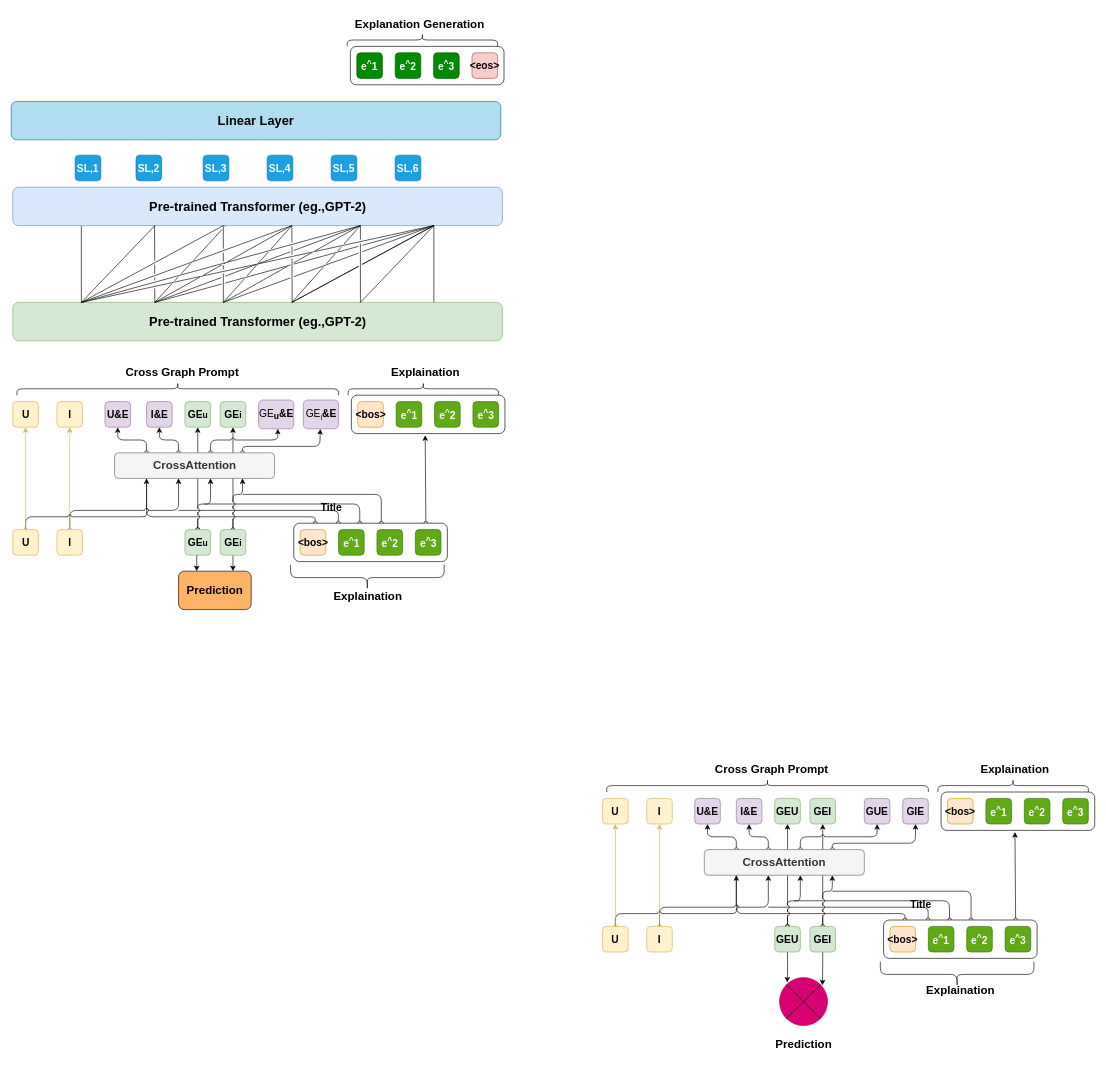
Earlier version of the draw.io diagram page "第 7 页" (7 of 7) of PEPpic.drawio (kkkparty/drawio). Source tidied: cells renumbered, new cells numbered last; positions are measured from the earlier drawing's top-left corner, leaving out a move shared by most shapes. Both pictures are drawn from the tidied source at 64%, with x=0, y=0 at pixel (11, 11).
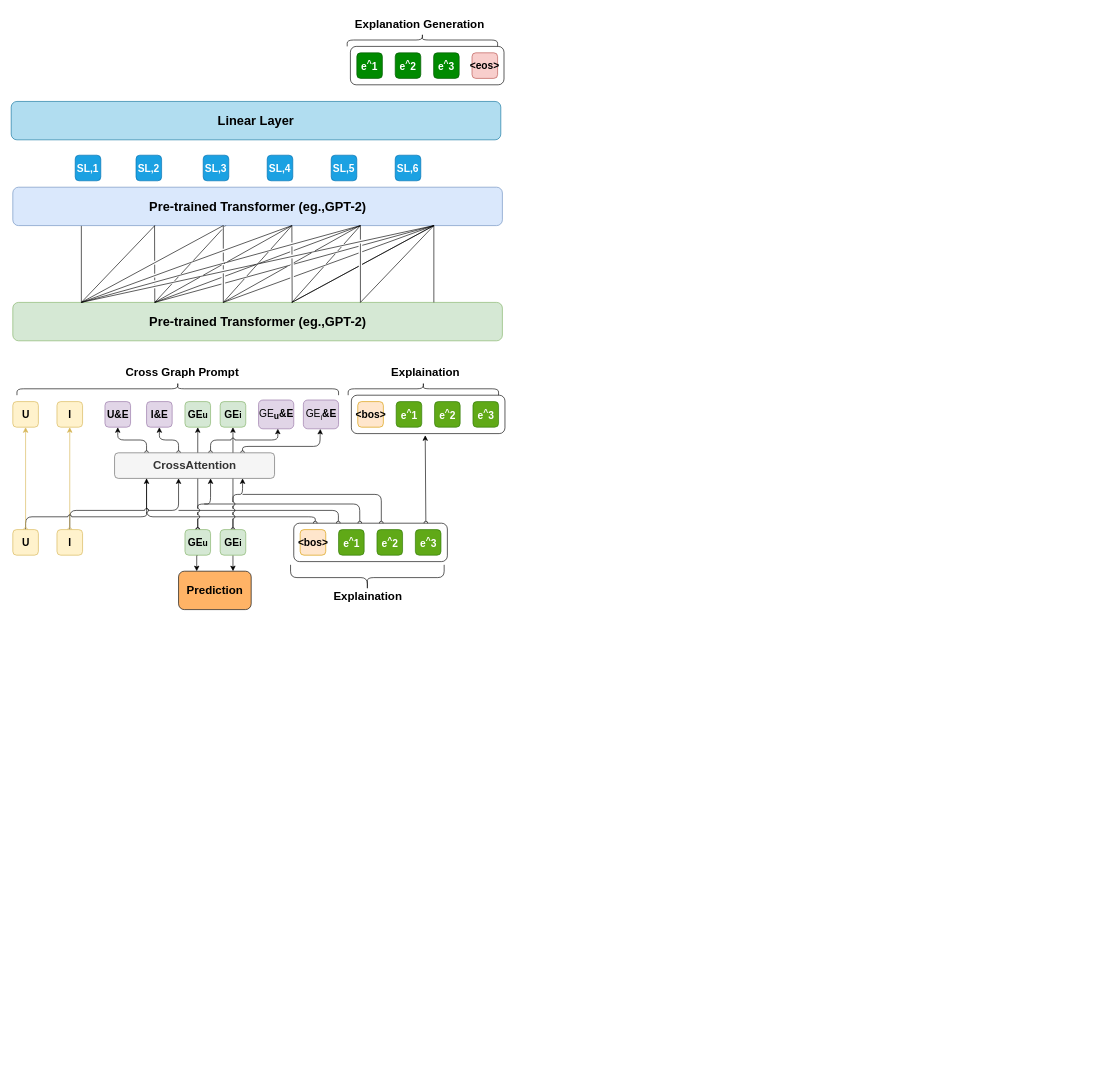
The same diagram, later.

Diff of the diagram source:
```diff
@@
-    <mxCell id="2" style="edgeStyle=elbowEdgeStyle;rounded=1;jettySize=auto;elbow=vertical;html=1;exitX=0.14;exitY=0;exitDx=0;exitDy=0;exitPerimeter=0;fontSize=12;fontColor=#000000;startArrow=oval;startFill=0;endArrow=none;endFill=0;entryX=0.2;entryY=1;entryDx=0;entryDy=0;entryPerimeter=0;fontStyle=1;" parent="1" edge="1" source="7" target="32">
-      <mxGeometry relative="1" as="geometry">
-        <Array as="points">
-          <mxPoint x="1193" y="1410" />
-          <mxPoint x="993" y="1400" />
-          <mxPoint x="1093" y="1400" />
-        </Array>
-      </mxGeometry>
-    </mxCell>
-    <mxCell id="3" style="edgeStyle=elbowEdgeStyle;rounded=1;jettySize=auto;html=1;exitX=0.29;exitY=0;exitDx=0;exitDy=0;exitPerimeter=0;fontSize=12;fontColor=#000000;startArrow=oval;startFill=0;endArrow=none;endFill=0;jumpStyle=none;fontStyle=1;" parent="1" edge="1" source="7">
-      <mxGeometry relative="1" as="geometry">
-        <mxPoint x="1183" y="1400" as="targetPoint" />
-        <Array as="points">
-          <mxPoint x="1433" y="1400" />
-        </Array>
-      </mxGeometry>
-    </mxCell>
-    <mxCell id="4" style="edgeStyle=elbowEdgeStyle;rounded=1;jumpStyle=arc;jettySize=auto;html=1;exitX=0.43;exitY=0;exitDx=0;exitDy=0;exitPerimeter=0;fontSize=12;fontColor=#000000;startArrow=oval;startFill=0;endArrow=none;endFill=0;fontStyle=1;" parent="1" edge="1" source="7">
-      <mxGeometry relative="1" as="geometry">
-        <mxPoint x="1223" y="1390" as="targetPoint" />
-        <Array as="points">
-          <mxPoint x="1466" y="1390" />
-          <mxPoint x="1463" y="1380" />
-        </Array>
-      </mxGeometry>
-    </mxCell>
-    <mxCell id="5" style="edgeStyle=orthogonalEdgeStyle;rounded=1;jumpStyle=arc;jettySize=auto;html=1;exitX=0.57;exitY=0;exitDx=0;exitDy=0;exitPerimeter=0;fontSize=12;fontColor=#000000;startArrow=oval;startFill=0;endArrow=none;endFill=0;fontStyle=1;" parent="1" edge="1" source="7">
-      <mxGeometry relative="1" as="geometry">
-        <mxPoint x="1283" y="1375" as="targetPoint" />
-        <Array as="points">
-          <mxPoint x="1500" y="1375" />
-        </Array>
-      </mxGeometry>
-    </mxCell>
-    <mxCell id="6" style="edgeStyle=orthogonalEdgeStyle;rounded=1;jumpStyle=arc;jettySize=auto;html=1;exitX=0.86;exitY=0;exitDx=0;exitDy=0;exitPerimeter=0;fontSize=12;fontColor=#000000;startArrow=oval;startFill=0;endArrow=classic;endFill=1;entryX=0.481;entryY=1.043;entryDx=0;entryDy=0;entryPerimeter=0;fontStyle=1;" parent="1" edge="1" source="7" target="42">
-      <mxGeometry relative="1" as="geometry" />
-    </mxCell>
-    <mxCell id="7" style="rounded=1;whiteSpace=wrap;html=1;fontSize=16;points=[[0,0,0,0,0],[0,0.25,0,0,0],[0,0.5,0,0,0],[0,0.75,0,0,0],[0,1,0,0,0],[0.14,0,0,0,0],[0.29,0,0,0,0],[0.43,0,0,0,0],[0.57,0,0,0,0],[0.71,0,0,0,0],[0.86,0,0,0,0],[1,0,0,0,0],[1,0.25,0,0,0],[1,0.5,0,0,0],[1,0.75,0,0,0],[1,1,0,0,0]];fontStyle=1;" parent="1" vertex="1">
-      <mxGeometry x="1363" y="1420" width="240" height="60" as="geometry" />
-    </mxCell>
-    <mxCell id="8" style="edgeStyle=elbowEdgeStyle;rounded=1;jettySize=auto;elbow=vertical;html=1;entryX=0.4;entryY=1;entryDx=0;entryDy=0;entryPerimeter=0;fontSize=12;fontColor=#000000;startArrow=none;startFill=0;endArrow=classic;endFill=1;jumpStyle=arc;exitX=0.5;exitY=0;exitDx=0;exitDy=0;fontStyle=1;" parent="1" edge="1" source="10" target="32">
-      <mxGeometry relative="1" as="geometry">
-        <Array as="points">
-          <mxPoint x="1133" y="1400" />
-        </Array>
-      </mxGeometry>
-    </mxCell>
-    <mxCell id="9" style="edgeStyle=orthogonalEdgeStyle;rounded=1;jumpStyle=arc;jettySize=auto;html=1;fontSize=12;fontColor=#000000;startArrow=oval;startFill=0;endArrow=classic;endFill=1;fontStyle=1;fillColor=#fff2cc;strokeColor=#d6b656;" parent="1" edge="1" source="10">
-      <mxGeometry relative="1" as="geometry">
-        <mxPoint x="1013" y="1270" as="targetPoint" />
-      </mxGeometry>
-    </mxCell>
-    <mxCell id="10" value="I" style="whiteSpace=wrap;html=1;rounded=1;fontSize=16;fontStyle=1;fillColor=#fff2cc;strokeColor=#d6b656;" parent="1" vertex="1">
-      <mxGeometry x="993" y="1430" width="40" height="40" as="geometry" />
-    </mxCell>
-    <mxCell id="11" style="edgeStyle=orthogonalEdgeStyle;rounded=1;jumpStyle=arc;jettySize=auto;html=1;entryX=0.6;entryY=1;entryDx=0;entryDy=0;entryPerimeter=0;fontSize=12;fontColor=#000000;startArrow=oval;startFill=0;endArrow=classic;endFill=1;fontStyle=1;" parent="1" edge="1" source="14" target="32">
-      <mxGeometry relative="1" as="geometry" />
-    </mxCell>
-    <mxCell id="12" style="edgeStyle=orthogonalEdgeStyle;rounded=1;jumpStyle=gap;jettySize=auto;html=1;fontSize=12;fontColor=#000000;startArrow=oval;startFill=0;endArrow=classic;endFill=1;fontStyle=1;" parent="1" edge="1" source="14">
-      <mxGeometry relative="1" as="geometry">
-        <mxPoint x="1213" y="1270" as="targetPoint" />
-      </mxGeometry>
-    </mxCell>
-    <mxCell id="13" style="edgeStyle=orthogonalEdgeStyle;rounded=0;jettySize=auto;html=1;entryX=0.159;entryY=0.103;entryDx=0;entryDy=0;entryPerimeter=0;" parent="1" edge="1" source="14" target="89">
-      <mxGeometry relative="1" as="geometry">
-        <Array as="points">
-          <mxPoint x="1213" y="1505" />
-          <mxPoint x="1212" y="1505" />
-        </Array>
-      </mxGeometry>
-    </mxCell>
-    <mxCell id="14" value="GEU" style="whiteSpace=wrap;html=1;rounded=1;fontSize=16;fontStyle=1;fillColor=#d5e8d4;strokeColor=#82b366;" parent="1" vertex="1">
-      <mxGeometry x="1193" y="1430" width="40" height="40" as="geometry" />
-    </mxCell>
-    <mxCell id="15" style="edgeStyle=elbowEdgeStyle;rounded=1;jettySize=auto;html=1;entryX=0.2;entryY=1;entryDx=0;entryDy=0;entryPerimeter=0;fontSize=12;fontColor=#000000;elbow=vertical;startArrow=none;startFill=0;endArrow=classic;endFill=1;jumpStyle=arc;fontStyle=1;" parent="1" edge="1" source="17" target="32">
-      <mxGeometry relative="1" as="geometry">
-        <Array as="points">
-          <mxPoint x="1053" y="1410" />
-          <mxPoint x="973" y="1390" />
-          <mxPoint x="953" y="1380" />
-          <mxPoint x="1003" y="1410" />
-        </Array>
-      </mxGeometry>
-    </mxCell>
-    <mxCell id="16" style="edgeStyle=orthogonalEdgeStyle;rounded=1;jumpStyle=arc;jettySize=auto;html=1;entryX=0.5;entryY=1;entryDx=0;entryDy=0;fontSize=12;fontColor=#000000;startArrow=oval;startFill=0;endArrow=classic;endFill=1;fontStyle=1;fillColor=#fff2cc;strokeColor=#d6b656;" parent="1" edge="1" source="17" target="33">
-      <mxGeometry relative="1" as="geometry" />
-    </mxCell>
-    <mxCell id="17" value="U" style="whiteSpace=wrap;html=1;rounded=1;fontSize=16;fontStyle=1;fillColor=#fff2cc;strokeColor=#d6b656;" parent="1" vertex="1">
-      <mxGeometry x="924" y="1430" width="40" height="40" as="geometry" />
-    </mxCell>
-    <mxCell id="18" style="edgeStyle=orthogonalEdgeStyle;rounded=1;jumpStyle=arc;jettySize=auto;html=1;fontSize=12;fontColor=#000000;startArrow=oval;startFill=0;endArrow=classic;endFill=1;entryX=0.5;entryY=1;entryDx=0;entryDy=0;fontStyle=1;" parent="1" edge="1" source="21" target="41">
-      <mxGeometry relative="1" as="geometry">
-        <Array as="points">
-          <mxPoint x="1268" y="1285" />
-          <mxPoint x="1268" y="1285" />
-        </Array>
-      </mxGeometry>
-    </mxCell>
-    <mxCell id="19" style="edgeStyle=orthogonalEdgeStyle;rounded=1;jumpStyle=gap;jettySize=auto;html=1;entryX=0.8;entryY=1;entryDx=0;entryDy=0;entryPerimeter=0;fontSize=12;fontColor=#000000;startArrow=none;startFill=0;endArrow=classic;endFill=1;fontStyle=1;" parent="1" edge="1" source="21" target="32">
-      <mxGeometry relative="1" as="geometry">
-        <Array as="points">
-          <mxPoint x="1268" y="1375" />
-          <mxPoint x="1283" y="1375" />
-        </Array>
-      </mxGeometry>
-    </mxCell>
-    <mxCell id="20" style="edgeStyle=orthogonalEdgeStyle;rounded=0;jettySize=auto;html=1;entryX=0.895;entryY=0.161;entryDx=0;entryDy=0;entryPerimeter=0;" parent="1" edge="1" source="21" target="89">
-      <mxGeometry relative="1" as="geometry" />
-    </mxCell>
-    <mxCell id="21" value="GEI" style="whiteSpace=wrap;html=1;rounded=1;fontSize=16;fontStyle=1;fillColor=#d5e8d4;strokeColor=#82b366;" parent="1" vertex="1">
-      <mxGeometry x="1248" y="1430" width="40" height="40" as="geometry" />
-    </mxCell>
-    <mxCell id="22" value="e&lt;sup style=&quot;border-color: var(--border-color);&quot;&gt;^&lt;/sup&gt;2" style="whiteSpace=wrap;html=1;rounded=1;fontSize=16;fontStyle=1;fillColor=#60a917;fontColor=#ffffff;strokeColor=#2D7600;" parent="1" vertex="1">
-      <mxGeometry x="1493" y="1430" width="40" height="40" as="geometry" />
-    </mxCell>
-    <mxCell id="23" value="e&lt;sup style=&quot;border-color: var(--border-color);&quot;&gt;^&lt;/sup&gt;1" style="whiteSpace=wrap;html=1;rounded=1;fontSize=16;fontStyle=1;fillColor=#60a917;fontColor=#ffffff;strokeColor=#2D7600;" parent="1" vertex="1">
-      <mxGeometry x="1433" y="1430" width="40" height="40" as="geometry" />
-    </mxCell>
-    <mxCell id="24" value="&amp;lt;bos&amp;gt;" style="whiteSpace=wrap;html=1;fontSize=16;fontStyle=1;fillColor=#ffe6cc;strokeColor=#d79b00;rounded=1;" parent="1" vertex="1">
-      <mxGeometry x="1373" y="1430" width="40" height="40" as="geometry" />
-    </mxCell>
-    <mxCell id="25" value="e&lt;sup style=&quot;border-color: var(--border-color);&quot;&gt;^&lt;/sup&gt;&lt;span style=&quot;border-color: var(--border-color);&quot;&gt;3&lt;/span&gt;" style="whiteSpace=wrap;html=1;rounded=1;fontSize=16;fontStyle=1;fillColor=#60a917;fontColor=#ffffff;strokeColor=#2D7600;" parent="1" vertex="1">
-      <mxGeometry x="1553" y="1430" width="40" height="40" as="geometry" />
-    </mxCell>
-    <mxCell id="26" style="shape=curlyBracket;whiteSpace=wrap;html=1;rounded=1;labelPosition=left;verticalLabelPosition=middle;align=right;verticalAlign=middle;fontSize=16;direction=north;fontStyle=1;" parent="1" vertex="1">
-      <mxGeometry x="1358" y="1485" width="240" height="40" as="geometry" />
-    </mxCell>
-    <mxCell id="27" value="&lt;font color=&quot;#000000&quot; style=&quot;font-size: 18px;&quot;&gt;Explaination&lt;/font&gt;" style="text;html=1;align=center;verticalAlign=middle;fontSize=18;strokeColor=none;fontColor=#FF0000;rounded=1;fontStyle=1;" parent="1" vertex="1">
-      <mxGeometry x="1418" y="1510" width="130" height="40" as="geometry" />
-    </mxCell>
-    <mxCell id="28" style="edgeStyle=orthogonalEdgeStyle;rounded=1;jumpStyle=arc;jettySize=auto;html=1;exitX=0.6;exitY=0;exitDx=0;exitDy=0;exitPerimeter=0;fontSize=12;fontColor=#000000;startArrow=oval;startFill=0;endArrow=classic;endFill=1;entryX=0.5;entryY=1;entryDx=0;entryDy=0;fontStyle=1;" parent="1" edge="1" source="32" target="38">
-      <mxGeometry relative="1" as="geometry" />
-    </mxCell>
-    <mxCell id="29" style="edgeStyle=orthogonalEdgeStyle;rounded=1;jumpStyle=arc;jettySize=auto;html=1;exitX=0.8;exitY=0;exitDx=0;exitDy=0;exitPerimeter=0;fontSize=12;fontColor=#000000;startArrow=oval;startFill=0;endArrow=classic;endFill=1;entryX=0.5;entryY=1;entryDx=0;entryDy=0;fontStyle=1;" parent="1" edge="1" source="32" target="39">
-      <mxGeometry relative="1" as="geometry">
-        <Array as="points">
-          <mxPoint x="1283" y="1300" />
-          <mxPoint x="1413" y="1300" />
-        </Array>
-      </mxGeometry>
-    </mxCell>
-    <mxCell id="30" style="edgeStyle=orthogonalEdgeStyle;rounded=1;jumpStyle=arc;jettySize=auto;html=1;exitX=0.4;exitY=0;exitDx=0;exitDy=0;exitPerimeter=0;entryX=0.5;entryY=1;entryDx=0;entryDy=0;fontSize=12;fontColor=#000000;startArrow=oval;startFill=0;endArrow=classic;endFill=1;fontStyle=1;" parent="1" edge="1" source="32" target="37">
-      <mxGeometry relative="1" as="geometry" />
-    </mxCell>
-    <mxCell id="31" style="edgeStyle=orthogonalEdgeStyle;rounded=1;jumpStyle=arc;jettySize=auto;html=1;exitX=0.2;exitY=0;exitDx=0;exitDy=0;exitPerimeter=0;entryX=0.5;entryY=1;entryDx=0;entryDy=0;fontSize=12;fontColor=#000000;startArrow=oval;startFill=0;endArrow=classic;endFill=1;fontStyle=1;" parent="1" edge="1" source="32" target="36">
-      <mxGeometry relative="1" as="geometry" />
-    </mxCell>
-    <mxCell id="32" value="&lt;font style=&quot;font-size: 18px;&quot;&gt;CrossAttention&lt;/font&gt;" style="rounded=1;whiteSpace=wrap;html=1;fontSize=16;points=[[0.2,0,0,0,0],[0.2,1,0,0,0],[0.4,0,0,0,0],[0.4,1,0,0,0],[0.6,0,0,0,0],[0.6,1,0,0,0],[0.8,0,0,0,0],[0.8,1,0,0,0]];fontStyle=1;fillColor=#f5f5f5;strokeColor=#666666;fontColor=#333333;" parent="1" vertex="1">
-      <mxGeometry x="1083" y="1310" width="250" height="40" as="geometry" />
-    </mxCell>
-    <mxCell id="33" value="U" style="whiteSpace=wrap;html=1;rounded=1;fontSize=16;fontStyle=1;fillColor=#fff2cc;strokeColor=#d6b656;" parent="1" vertex="1">
-      <mxGeometry x="924" y="1230" width="40" height="40" as="geometry" />
-    </mxCell>
-    <mxCell id="34" value="I" style="whiteSpace=wrap;html=1;rounded=1;fontSize=16;fontStyle=1;fillColor=#fff2cc;strokeColor=#d6b656;" parent="1" vertex="1">
-      <mxGeometry x="993" y="1230" width="40" height="40" as="geometry" />
-    </mxCell>
-    <mxCell id="35" value="&lt;font style=&quot;font-size: 18px;&quot; color=&quot;#000000&quot;&gt;Explaination&lt;/font&gt;" style="text;html=1;align=center;verticalAlign=middle;fontSize=14;strokeColor=none;fontColor=#FF0000;rounded=1;fontStyle=1;" parent="1" vertex="1">
-      <mxGeometry x="1503" y="1165" width="130" height="40" as="geometry" />
-    </mxCell>
-    <mxCell id="36" value="U&amp;amp;E" style="whiteSpace=wrap;html=1;rounded=1;fontSize=16;fontStyle=1;fillColor=#e1d5e7;strokeColor=#9673a6;" parent="1" vertex="1">
-      <mxGeometry x="1068" y="1230" width="40" height="40" as="geometry" />
-    </mxCell>
-    <mxCell id="37" value="I&amp;amp;E" style="whiteSpace=wrap;html=1;rounded=1;fontSize=16;fontStyle=1;fillColor=#e1d5e7;strokeColor=#9673a6;" parent="1" vertex="1">
-      <mxGeometry x="1133" y="1230" width="40" height="40" as="geometry" />
-    </mxCell>
-    <mxCell id="38" value="GUE" style="whiteSpace=wrap;html=1;rounded=1;fontSize=16;fontStyle=1;fillColor=#e1d5e7;strokeColor=#9673a6;" parent="1" vertex="1">
-      <mxGeometry x="1333" y="1230" width="40" height="40" as="geometry" />
-    </mxCell>
-    <mxCell id="39" value="GIE" style="whiteSpace=wrap;html=1;rounded=1;fontSize=16;fontStyle=1;fillColor=#e1d5e7;strokeColor=#9673a6;" parent="1" vertex="1">
-      <mxGeometry x="1393" y="1230" width="40" height="40" as="geometry" />
-    </mxCell>
-    <mxCell id="40" value="GEU" style="whiteSpace=wrap;html=1;rounded=1;fontSize=16;fontStyle=1;fillColor=#d5e8d4;strokeColor=#82b366;" parent="1" vertex="1">
-      <mxGeometry x="1193" y="1230" width="40" height="40" as="geometry" />
-    </mxCell>
-    <mxCell id="41" value="GEI" style="whiteSpace=wrap;html=1;rounded=1;fontSize=16;fontStyle=1;fillColor=#d5e8d4;strokeColor=#82b366;" parent="1" vertex="1">
-      <mxGeometry x="1248" y="1230" width="40" height="40" as="geometry" />
-    </mxCell>
-    <mxCell id="42" style="rounded=1;whiteSpace=wrap;html=1;fontSize=16;points=[[0,0,0,0,0],[0,0.25,0,0,0],[0,0.5,0,0,0],[0,0.75,0,0,0],[0,1,0,0,0],[0.14,0,0,0,0],[0.14,1,0,0,0],[0.29,0,0,0,0],[0.29,1,0,0,0],[0.43,0,0,0,0],[0.43,1,0,0,0],[0.57,0,0,0,0],[0.57,1,0,0,0],[0.71,0,0,0,0],[0.71,1,0,0,0],[0.86,0,0,0,0],[0.86,1,0,0,0],[1,0,0,0,0],[1,0.25,0,0,0],[1,0.5,0,0,0],[1,0.75,0,0,0],[1,1,0,0,0]];fontStyle=1;" parent="1" vertex="1">
-      <mxGeometry x="1453" y="1220" width="240" height="60" as="geometry" />
-    </mxCell>
-    <mxCell id="43" value="e&lt;sup style=&quot;border-color: var(--border-color);&quot;&gt;^&lt;/sup&gt;2" style="whiteSpace=wrap;html=1;rounded=1;fontSize=16;fontStyle=1;fillColor=#60a917;fontColor=#ffffff;strokeColor=#2D7600;" parent="1" vertex="1">
-      <mxGeometry x="1583" y="1230" width="40" height="40" as="geometry" />
-    </mxCell>
-    <mxCell id="44" value="e&lt;sup style=&quot;border-color: var(--border-color);&quot;&gt;^&lt;/sup&gt;1" style="whiteSpace=wrap;html=1;rounded=1;fontSize=16;fontStyle=1;fillColor=#60a917;fontColor=#ffffff;strokeColor=#2D7600;" parent="1" vertex="1">
-      <mxGeometry x="1523" y="1230" width="40" height="40" as="geometry" />
-    </mxCell>
-    <mxCell id="45" value="&amp;lt;bos&amp;gt;" style="whiteSpace=wrap;html=1;fontSize=16;fontStyle=1;fillColor=#ffe6cc;strokeColor=#d79b00;rounded=1;" parent="1" vertex="1">
-      <mxGeometry x="1463" y="1230" width="40" height="40" as="geometry" />
-    </mxCell>
-    <mxCell id="46" value="e&lt;sup style=&quot;border-color: var(--border-color);&quot;&gt;^&lt;/sup&gt;&lt;span style=&quot;border-color: var(--border-color);&quot;&gt;3&lt;/span&gt;" style="whiteSpace=wrap;html=1;rounded=1;fontSize=16;fontStyle=1;fillColor=#60a917;fontColor=#ffffff;strokeColor=#2D7600;" parent="1" vertex="1">
-      <mxGeometry x="1643" y="1230" width="40" height="40" as="geometry" />
-    </mxCell>
@@
-    <mxCell id="51" style="shape=curlyBracket;whiteSpace=wrap;html=1;rounded=1;flipH=1;labelPosition=right;verticalLabelPosition=middle;align=left;verticalAlign=middle;fontSize=16;fontColor=#000000;direction=south;fontStyle=1;" parent="1" vertex="1">
-      <mxGeometry x="930.5" y="1200" width="502.5" height="20" as="geometry" />
-    </mxCell>
-    <mxCell id="52" style="shape=curlyBracket;whiteSpace=wrap;html=1;rounded=1;flipH=1;labelPosition=right;verticalLabelPosition=middle;align=left;verticalAlign=middle;fontSize=16;fontColor=#000000;direction=south;fontStyle=1;" parent="1" vertex="1">
-      <mxGeometry x="1448" y="1200" width="235" height="20" as="geometry" />
-    </mxCell>
-    <mxCell id="53" value="&lt;font style=&quot;font-size: 18px;&quot; color=&quot;#000000&quot;&gt;Cross Graph Prompt&lt;/font&gt;" style="text;html=1;align=center;verticalAlign=middle;fontSize=14;strokeColor=none;fontColor=#FF0000;rounded=1;fontStyle=1;" parent="1" vertex="1">
-      <mxGeometry x="1088" y="1165" width="200" height="40" as="geometry" />
-    </mxCell>
@@
-    <mxCell id="88" value="Title" style="text;strokeColor=none;fillColor=none;html=1;fontSize=16;fontStyle=1;verticalAlign=middle;align=center;fontColor=#000000;rounded=1;" parent="1" vertex="1">
-      <mxGeometry x="1371" y="1375" width="100" height="40" as="geometry" />
-    </mxCell>
-    <mxCell id="89" style="ellipse;whiteSpace=wrap;html=1;strokeWidth=1;fontSize=16;fillColor=#d80073;fontColor=#ffffff;strokeColor=#A50040;rounded=1;fontStyle=1;" parent="1" vertex="1">
-      <mxGeometry x="1200.5" y="1510" width="75" height="75" as="geometry" />
-    </mxCell>
-    <mxCell id="90" style="endArrow=none;html=1;rounded=1;shadow=0;labelBackgroundColor=default;labelBorderColor=none;strokeWidth=1;fontSize=16;jumpStyle=none;jumpSize=6;exitX=0;exitY=1;exitDx=0;exitDy=0;entryX=1;entryY=0;entryDx=0;entryDy=0;fontStyle=1;" parent="1" edge="1" source="89" target="89">
-      <mxGeometry relative="1" as="geometry" />
-    </mxCell>
-    <mxCell id="91" style="endArrow=none;html=1;rounded=1;shadow=0;labelBackgroundColor=default;labelBorderColor=none;strokeWidth=1;fontSize=16;jumpStyle=none;jumpSize=6;exitX=1;exitY=1;exitDx=0;exitDy=0;entryX=0;entryY=0;entryDx=0;entryDy=0;fontStyle=1;" parent="1" edge="1" source="89" target="89">
-      <mxGeometry relative="1" as="geometry" />
-    </mxCell>
-    <mxCell id="92" value="Prediction" style="text;html=1;align=center;verticalAlign=middle;strokeColor=none;fillColor=none;fontSize=18;fontStyle=1;rounded=1;" parent="1" vertex="1">
-      <mxGeometry x="1183" y="1594" width="110" height="40" as="geometry" />
-    </mxCell>
@@
-    <mxCell id="138" value="Title" style="text;strokeColor=none;fillColor=none;html=1;fontSize=16;fontStyle=1;verticalAlign=middle;align=center;fontColor=#000000;rounded=1;" parent="1" vertex="1">
-      <mxGeometry x="449.5" y="755" width="100" height="40" as="geometry" />
-    </mxCell>
```
